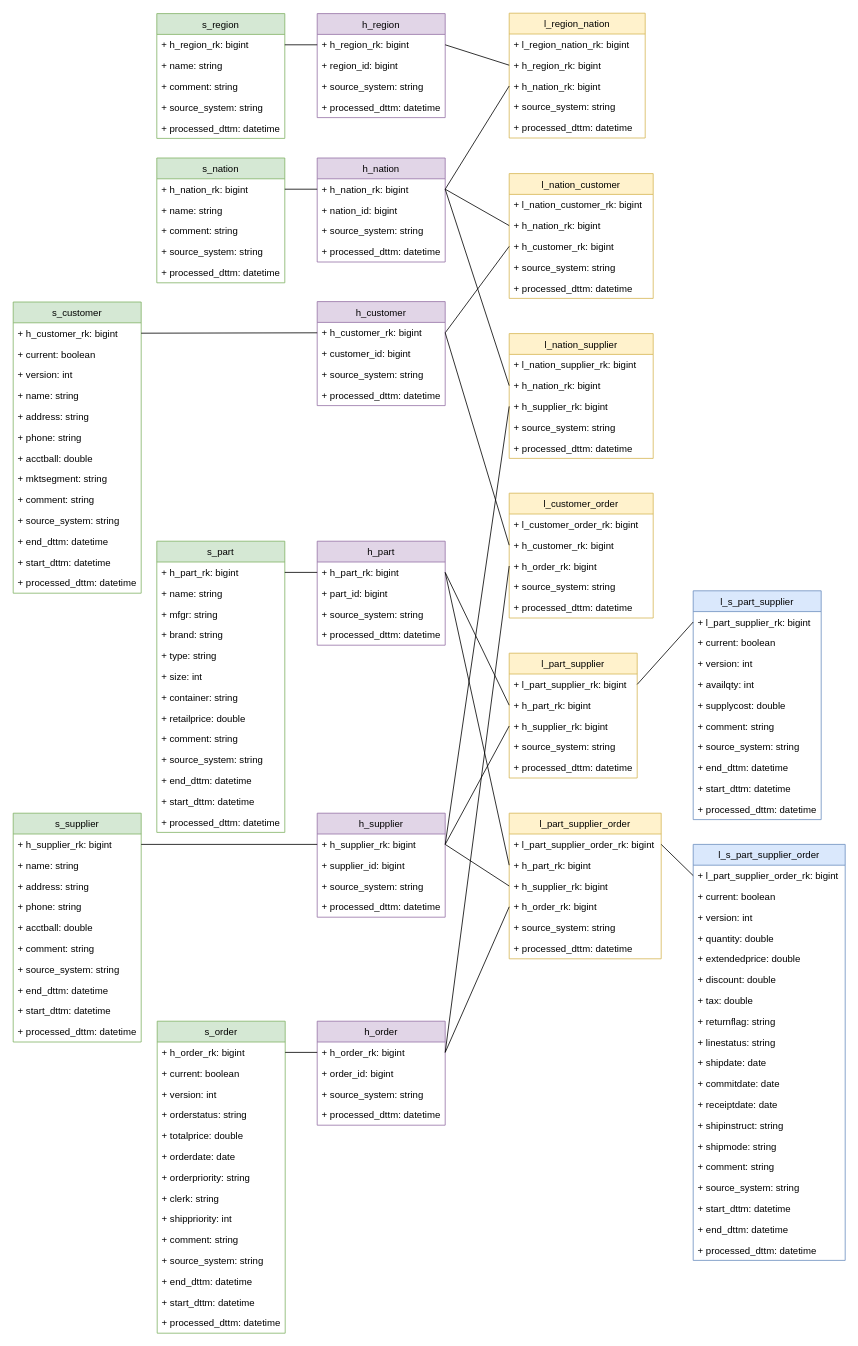
This is DZ1/DV.drawio from DMfananddu/DWH, a draw.io file, before an edit. Source tidied: cells renumbered, new cells numbered last; positions are measured from the earlier drawing's top-left corner, leaving out a move shared by most shapes. Both pictures are drawn from the tidied source at 80%, with x=0, y=0 at pixel (13, 13).
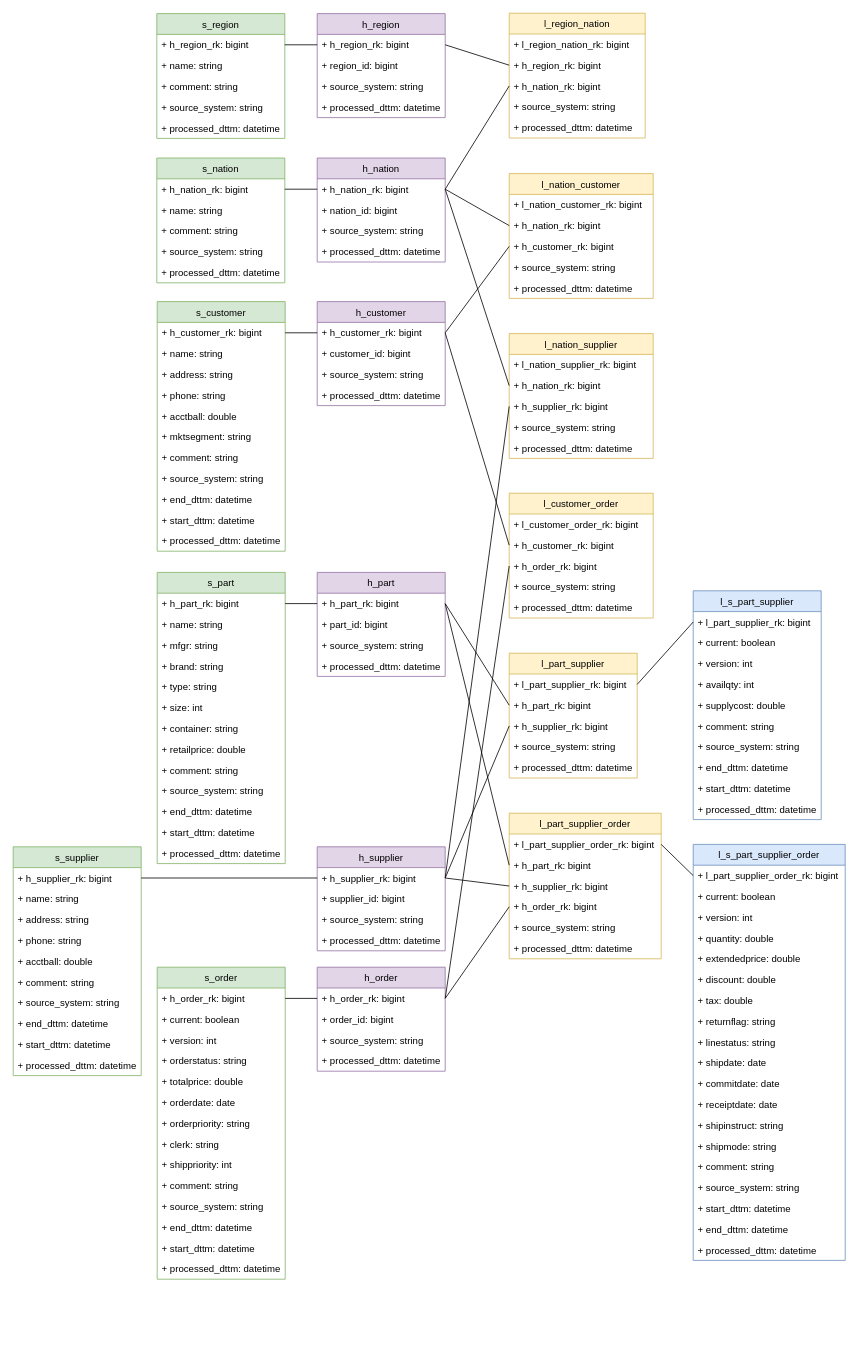
The same diagram, later.

What changed in the source:
```diff
@@
     <mxCell id="38" value="h_supplier" style="swimlane;fontStyle=0;horizontal=1;startSize=26;fillColor=#e1d5e7;align=center;verticalAlign=middle;strokeColor=#9673a6;" parent="1" vertex="1">
-      <mxGeometry x="380" y="1000" width="160" height="130" as="geometry" />
+      <mxGeometry x="380" y="1042" width="160" height="130" as="geometry" />
     </mxCell>
@@
     <mxCell id="48" value="h_order" style="swimlane;fontStyle=0;horizontal=1;startSize=26;fillColor=#e1d5e7;align=center;verticalAlign=middle;strokeColor=#9673a6;" parent="1" vertex="1">
-      <mxGeometry x="380" y="1260" width="160" height="130" as="geometry" />
+      <mxGeometry x="380" y="1192.5" width="160" height="130" as="geometry" />
     </mxCell>
@@
     <mxCell id="53" value="h_part" style="swimlane;fontStyle=0;horizontal=1;startSize=26;fillColor=#e1d5e7;align=center;verticalAlign=middle;strokeColor=#9673a6;" parent="1" vertex="1">
-      <mxGeometry x="380" y="660" width="160" height="130" as="geometry" />
+      <mxGeometry x="380" y="699" width="160" height="130" as="geometry" />
     </mxCell>
@@
     <mxCell id="96" value="s_customer" style="swimlane;fontStyle=0;horizontal=1;startSize=26;fillColor=#d5e8d4;strokeColor=#82b366;" parent="1" vertex="1">
-      <mxGeometry y="361" width="160" height="364" as="geometry" />
+      <mxGeometry x="180" y="360.5" width="160" height="312" as="geometry" />
     </mxCell>
@@
-    <mxCell id="98" value="+ current: boolean" style="text;strokeColor=none;fillColor=none;align=left;verticalAlign=top;spacingLeft=4;spacingRight=4;overflow=hidden;" parent="96" vertex="1">
-      <mxGeometry y="52" width="160" height="26" as="geometry" />
-    </mxCell>
-    <mxCell id="99" value="+ version: int" style="text;strokeColor=none;fillColor=none;align=left;verticalAlign=top;spacingLeft=4;spacingRight=4;overflow=hidden;" parent="96" vertex="1">
-      <mxGeometry y="78" width="160" height="26" as="geometry" />
-    </mxCell>
     <mxCell id="100" value="+ name: string" style="text;strokeColor=none;fillColor=none;align=left;verticalAlign=top;spacingLeft=4;spacingRight=4;overflow=hidden;" parent="96" vertex="1">
-      <mxGeometry y="104" width="160" height="26" as="geometry" />
+      <mxGeometry y="52" width="160" height="26" as="geometry" />
     </mxCell>
     <mxCell id="101" value="+ address: string" style="text;strokeColor=none;fillColor=none;align=left;verticalAlign=top;spacingLeft=4;spacingRight=4;overflow=hidden;" parent="96" vertex="1">
-      <mxGeometry y="130" width="160" height="26" as="geometry" />
+      <mxGeometry y="78" width="160" height="26" as="geometry" />
     </mxCell>
     <mxCell id="102" value="+ phone: string" style="text;strokeColor=none;fillColor=none;align=left;verticalAlign=top;spacingLeft=4;spacingRight=4;overflow=hidden;" parent="96" vertex="1">
-      <mxGeometry y="156" width="160" height="26" as="geometry" />
+      <mxGeometry y="104" width="160" height="26" as="geometry" />
     </mxCell>
     <mxCell id="103" value="+ acctball: double" style="text;strokeColor=none;fillColor=none;align=left;verticalAlign=top;spacingLeft=4;spacingRight=4;overflow=hidden;" parent="96" vertex="1">
-      <mxGeometry y="182" width="160" height="26" as="geometry" />
+      <mxGeometry y="130" width="160" height="26" as="geometry" />
     </mxCell>
     <mxCell id="104" value="+ mktsegment: string" style="text;strokeColor=none;fillColor=none;align=left;verticalAlign=top;spacingLeft=4;spacingRight=4;overflow=hidden;" parent="96" vertex="1">
-      <mxGeometry y="208" width="160" height="26" as="geometry" />
+      <mxGeometry y="156" width="160" height="26" as="geometry" />
     </mxCell>
     <mxCell id="105" value="+ comment: string" style="text;strokeColor=none;fillColor=none;align=left;verticalAlign=top;spacingLeft=4;spacingRight=4;overflow=hidden;" parent="96" vertex="1">
-      <mxGeometry y="234" width="160" height="26" as="geometry" />
+      <mxGeometry y="182" width="160" height="26" as="geometry" />
     </mxCell>
     <mxCell id="106" value="+ source_system: string" style="text;strokeColor=none;fillColor=none;align=left;verticalAlign=top;spacingLeft=4;spacingRight=4;overflow=hidden;" parent="96" vertex="1">
-      <mxGeometry y="260" width="160" height="26" as="geometry" />
+      <mxGeometry y="208" width="160" height="26" as="geometry" />
     </mxCell>
     <mxCell id="107" value="+ end_dttm: datetime" style="text;strokeColor=none;fillColor=none;align=left;verticalAlign=top;spacingLeft=4;spacingRight=4;overflow=hidden;" parent="96" vertex="1">
-      <mxGeometry y="286" width="160" height="26" as="geometry" />
+      <mxGeometry y="234" width="160" height="26" as="geometry" />
     </mxCell>
     <mxCell id="108" value="+ start_dttm: datetime" style="text;strokeColor=none;fillColor=none;align=left;verticalAlign=top;spacingLeft=4;spacingRight=4;overflow=hidden;" parent="96" vertex="1">
-      <mxGeometry y="312" width="160" height="26" as="geometry" />
+      <mxGeometry y="260" width="160" height="26" as="geometry" />
     </mxCell>
     <mxCell id="109" value="+ processed_dttm: datetime" style="text;strokeColor=none;fillColor=none;align=left;verticalAlign=top;spacingLeft=4;spacingRight=4;overflow=hidden;" parent="96" vertex="1">
-      <mxGeometry y="338" width="160" height="26" as="geometry" />
+      <mxGeometry y="286" width="160" height="26" as="geometry" />
     </mxCell>
@@
     <mxCell id="111" value="s_part" style="swimlane;fontStyle=0;horizontal=1;startSize=26;fillColor=#d5e8d4;strokeColor=#82b366;" parent="1" vertex="1">
-      <mxGeometry x="179.5" y="660" width="160" height="364" as="geometry" />
+      <mxGeometry x="180" y="699" width="160" height="364" as="geometry" />
     </mxCell>
@@
     <mxCell id="126" value="s_supplier" style="swimlane;fontStyle=0;horizontal=1;startSize=26;fillColor=#d5e8d4;strokeColor=#82b366;" parent="1" vertex="1">
-      <mxGeometry y="1000" width="160" height="286" as="geometry" />
+      <mxGeometry y="1042" width="160" height="286" as="geometry" />
     </mxCell>
@@
     <mxCell id="137" value="s_order" style="swimlane;fontStyle=0;horizontal=1;startSize=26;fillColor=#d5e8d4;strokeColor=#82b366;" parent="1" vertex="1">
-      <mxGeometry x="180" y="1260" width="160" height="390" as="geometry" />
+      <mxGeometry x="180" y="1192.5" width="160" height="390" as="geometry" />
     </mxCell>
```
